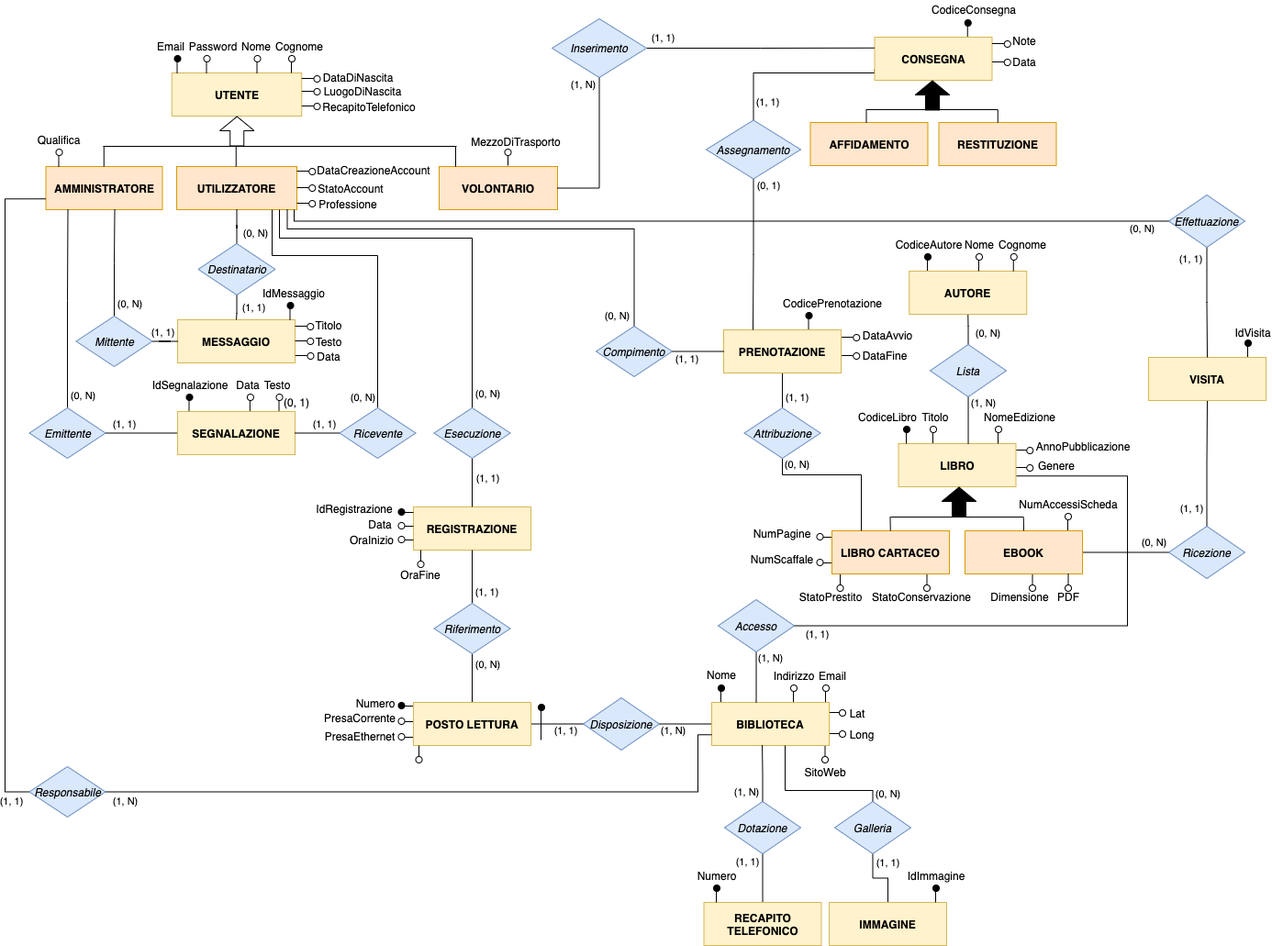
alessioarcara/Progetto_Basi_Dati keeps this draw.io diagram as ModelloER/DiagrammaDrawio.png. Above is the earlier version. Source tidied: cells renumbered, new cells last; positions are measured from the earlier drawing's top-left corner, leaving out a move shared by most shapes.
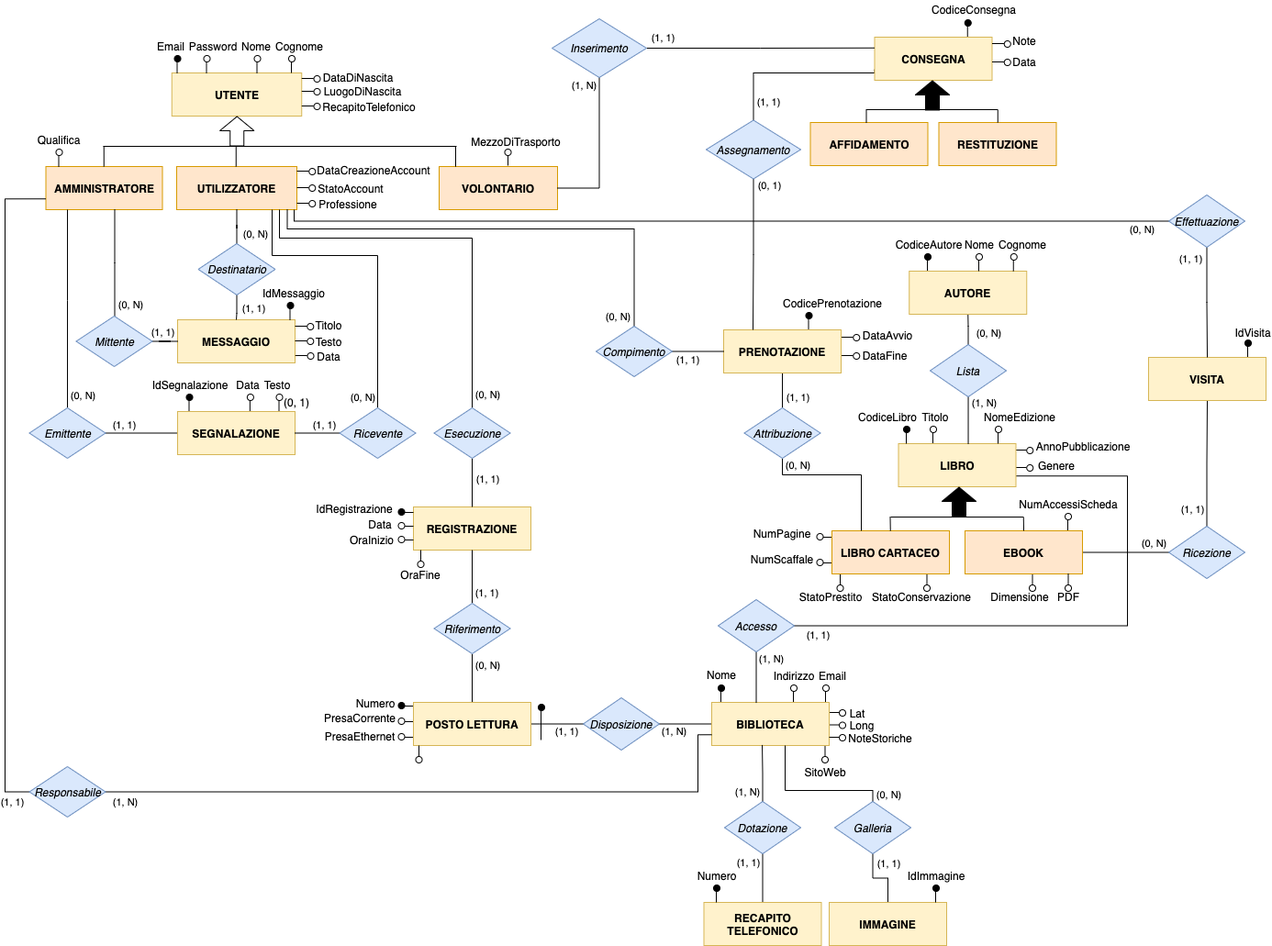
The same file after the commit.

Commit message:
Modifiche al diagramma (NoteStoriche)

What changed in the source:
```diff
@@ -629,12 +629,12 @@
     </mxCell>
     <mxCell id="149" style="endArrow=none;html=1;" parent="1" edge="1">
       <mxGeometry relative="1" as="geometry">
-        <mxPoint x="909" y="799" as="sourcePoint" />
-        <mxPoint x="898" y="799" as="targetPoint" />
+        <mxPoint x="909" y="789.5" as="sourcePoint" />
+        <mxPoint x="898" y="789.5" as="targetPoint" />
       </mxGeometry>
     </mxCell>
     <mxCell id="150" style="ellipse;whiteSpace=wrap;html=1;fillColor=#FFFFFF;" parent="1" vertex="1">
-      <mxGeometry x="909" y="796" width="7" height="7" as="geometry" />
+      <mxGeometry x="909" y="786.5" width="7" height="7" as="geometry" />
     </mxCell>
     <mxCell id="151" style="endArrow=none;html=1;" parent="1" edge="1">
       <mxGeometry relative="1" as="geometry">
@@ -699,7 +699,7 @@
       <mxGeometry x="909" y="766.5" width="40" height="20" as="geometry" />
     </mxCell>
     <mxCell id="167" value="Long" style="text;html=1;strokeColor=none;fillColor=none;align=center;verticalAlign=middle;whiteSpace=wrap;rounded=0;" parent="1" vertex="1">
-      <mxGeometry x="913.5" y="789.5" width="40" height="20" as="geometry" />
+      <mxGeometry x="913.5" y="780" width="40" height="20" as="geometry" />
     </mxCell>
     <mxCell id="168" value="SitoWeb" style="text;html=1;strokeColor=none;fillColor=none;align=center;verticalAlign=middle;whiteSpace=wrap;rounded=0;" parent="1" vertex="1">
       <mxGeometry x="873.5" y="831" width="40" height="20" as="geometry" />
@@ -1241,5 +1241,17 @@
     <mxCell id="297" value="Cognome" style="text;html=1;strokeColor=none;fillColor=none;align=center;verticalAlign=middle;whiteSpace=wrap;rounded=0;" parent="1" vertex="1">
       <mxGeometry x="1088.8" y="256" width="40" height="20" as="geometry" />
     </mxCell>
+    <mxCell id="298" style="endArrow=none;html=1;" parent="1" edge="1">
+      <mxGeometry relative="1" as="geometry">
+        <mxPoint x="909" y="803" as="sourcePoint" />
+        <mxPoint x="898" y="803" as="targetPoint" />
+      </mxGeometry>
+    </mxCell>
+    <mxCell id="299" style="ellipse;whiteSpace=wrap;html=1;fillColor=#FFFFFF;" parent="1" vertex="1">
+      <mxGeometry x="909" y="800" width="7" height="7" as="geometry" />
+    </mxCell>
+    <mxCell id="300" value="NoteStoriche" style="text;html=1;strokeColor=none;fillColor=none;align=center;verticalAlign=middle;whiteSpace=wrap;rounded=0;" parent="1" vertex="1">
+      <mxGeometry x="933.5" y="793.5" width="40" height="20" as="geometry" />
+    </mxCell>
   </root>
 </mxGraphModel>
```
